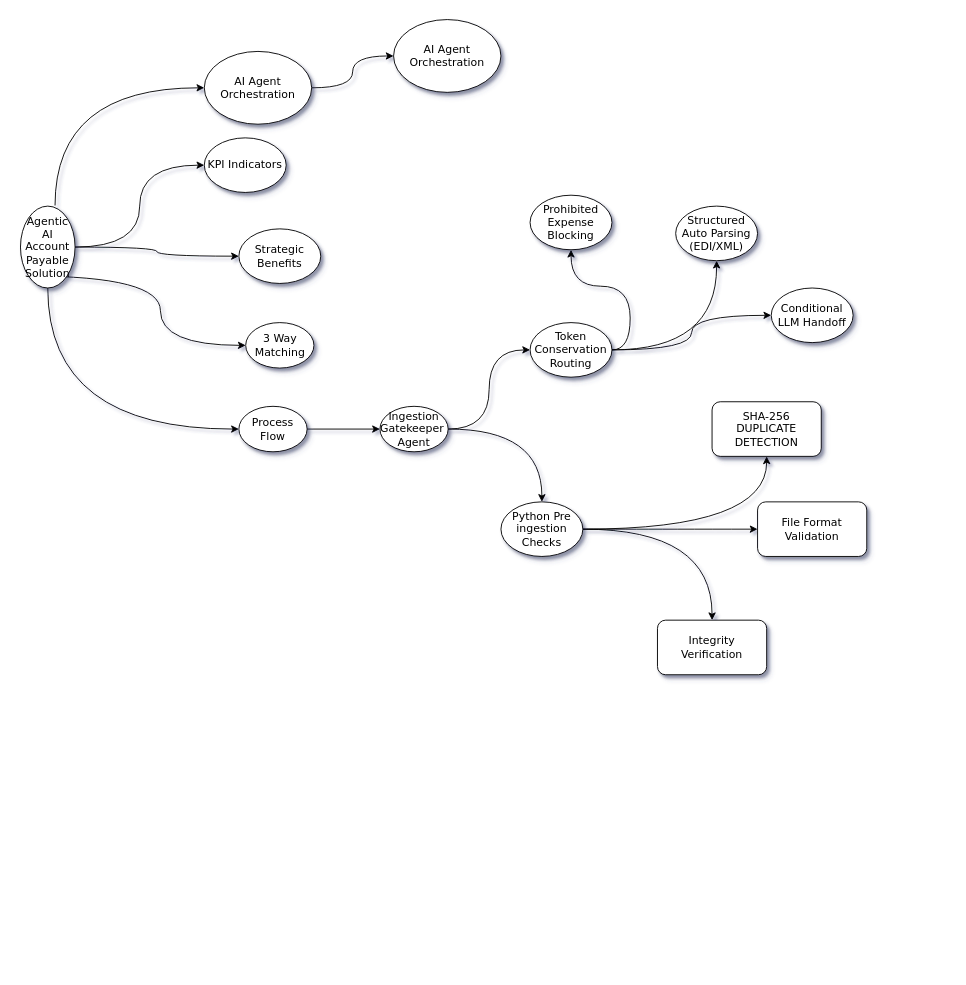
Earlier version of the draw.io diagram Untitled Diagram.drawio (dev-samar/agentic-ap-workforce). Source tidied: cells renumbered, new cells numbered last; positions are measured from the earlier drawing's top-left corner, leaving out a move shared by most shapes. Both pictures are drawn from the tidied source at 91%, with x=0, y=0 at pixel (20, 19).
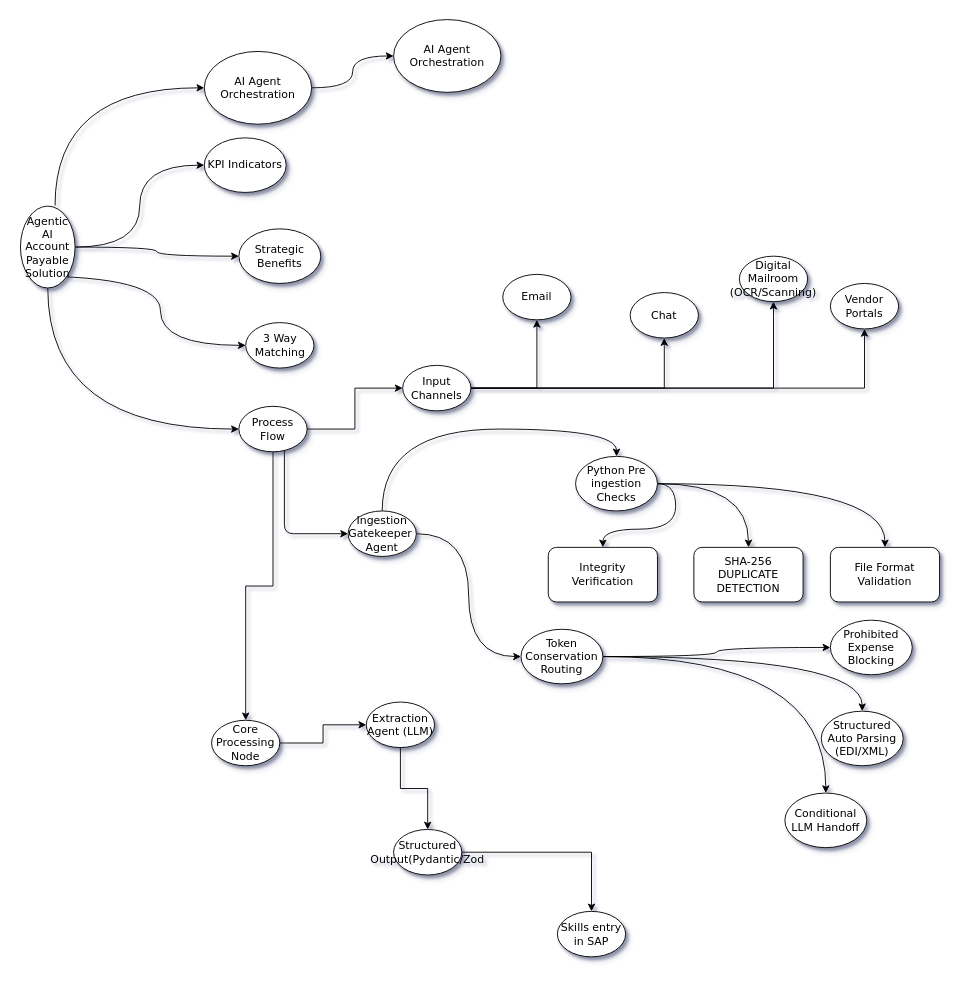
The same diagram, later.

The change refers to these unchanged cells:
```xml
<mxCell id="12" value="Process Flow" style="ellipse;whiteSpace=wrap;html=1;rounded=1;shadow=1;comic=0;labelBackgroundColor=none;strokeWidth=1;fontFamily=Verdana;fontSize=12;align=center;" parent="1" vertex="1">
  <mxGeometry x="240" y="425" width="75" height="50" as="geometry" />
</mxCell>
```

What changed in the source:
```diff
@@
     <mxCell id="11" style="edgeStyle=orthogonalEdgeStyle;rounded=1;jettySize=auto;html=1;" parent="1" edge="1" source="12" target="18">
-      <mxGeometry relative="1" as="geometry" />
+      <mxGeometry relative="1" as="geometry">
+        <Array as="points">
+          <mxPoint x="290" y="565" />
+        </Array>
+      </mxGeometry>
     </mxCell>
+    <mxCell id="33" style="edgeStyle=orthogonalEdgeStyle;rounded=0;jettySize=auto;html=1;" parent="1" edge="1" source="12" target="39">
+      <mxGeometry relative="1" as="geometry" />
+    </mxCell>
+    <mxCell id="34" style="edgeStyle=orthogonalEdgeStyle;rounded=0;jettySize=auto;html=1;" parent="1" edge="1" source="12" target="45">
+      <mxGeometry relative="1" as="geometry" />
+    </mxCell>
@@
     <mxCell id="16" style="edgeStyle=orthogonalEdgeStyle;rounded=1;jettySize=auto;html=1;curved=1;" parent="1" edge="1" source="18" target="22">
-      <mxGeometry relative="1" as="geometry" />
+      <mxGeometry relative="1" as="geometry">
+        <Array as="points">
+          <mxPoint x="397.5" y="450" />
+        </Array>
+      </mxGeometry>
     </mxCell>
@@
     <mxCell id="18" value="Ingestion Gatekeeper&amp;nbsp; Agent" style="ellipse;whiteSpace=wrap;html=1;rounded=1;shadow=1;comic=0;labelBackgroundColor=none;strokeWidth=1;fontFamily=Verdana;fontSize=12;align=center;" parent="1" vertex="1">
-      <mxGeometry x="395" y="425" width="75" height="50" as="geometry" />
+      <mxGeometry x="360" y="540" width="75" height="50" as="geometry" />
     </mxCell>
@@
     <mxCell id="22" value="Python Pre ingestion Checks" style="ellipse;whiteSpace=wrap;html=1;rounded=1;shadow=1;comic=0;labelBackgroundColor=none;strokeWidth=1;fontFamily=Verdana;fontSize=12;align=center;" parent="1" vertex="1">
-      <mxGeometry x="528" y="530" width="90" height="60" as="geometry" />
+      <mxGeometry x="610" y="480" width="90" height="60" as="geometry" />
     </mxCell>
     <mxCell id="23" value="File Format Validation" style="whiteSpace=wrap;html=1;fontFamily=Verdana;rounded=1;shadow=1;comic=0;labelBackgroundColor=none;strokeWidth=1;" parent="1" vertex="1">
-      <mxGeometry x="810" y="530" width="120" height="60" as="geometry" />
+      <mxGeometry x="890" y="580" width="120" height="60" as="geometry" />
     </mxCell>
     <mxCell id="24" value="Integrity Verification" style="whiteSpace=wrap;html=1;fontFamily=Verdana;rounded=1;shadow=1;comic=0;labelBackgroundColor=none;strokeWidth=1;" parent="1" vertex="1">
-      <mxGeometry x="700" y="660" width="120" height="60" as="geometry" />
+      <mxGeometry x="580" y="580" width="120" height="60" as="geometry" />
     </mxCell>
     <mxCell id="25" value="SHA-256 DUPLICATE DETECTION" style="whiteSpace=wrap;html=1;fontFamily=Verdana;rounded=1;shadow=1;comic=0;labelBackgroundColor=none;strokeWidth=1;" parent="1" vertex="1">
-      <mxGeometry x="760" y="420" width="120" height="60" as="geometry" />
+      <mxGeometry x="740" y="580" width="120" height="60" as="geometry" />
     </mxCell>
@@
     <mxCell id="29" value="Token Conservation Routing" style="ellipse;whiteSpace=wrap;html=1;rounded=1;shadow=1;comic=0;labelBackgroundColor=none;strokeWidth=1;fontFamily=Verdana;fontSize=12;align=center;" parent="1" vertex="1">
-      <mxGeometry x="560" y="333" width="90" height="60" as="geometry" />
+      <mxGeometry x="550" y="670" width="90" height="60" as="geometry" />
     </mxCell>
     <mxCell id="30" value="Structured Auto Parsing (EDI/XML)" style="ellipse;whiteSpace=wrap;html=1;rounded=1;shadow=1;comic=0;labelBackgroundColor=none;strokeWidth=1;fontFamily=Verdana;fontSize=12;align=center;" parent="1" vertex="1">
-      <mxGeometry x="720" y="205" width="90" height="60" as="geometry" />
+      <mxGeometry x="880" y="760" width="90" height="60" as="geometry" />
     </mxCell>
     <mxCell id="31" value="Prohibited Expense Blocking" style="ellipse;whiteSpace=wrap;html=1;rounded=1;shadow=1;comic=0;labelBackgroundColor=none;strokeWidth=1;fontFamily=Verdana;fontSize=12;align=center;" parent="1" vertex="1">
-      <mxGeometry x="560" y="193" width="90" height="60" as="geometry" />
+      <mxGeometry x="890" y="660" width="90" height="60" as="geometry" />
     </mxCell>
     <mxCell id="32" value="Conditional LLM Handoff" style="ellipse;whiteSpace=wrap;html=1;rounded=1;shadow=1;comic=0;labelBackgroundColor=none;strokeWidth=1;fontFamily=Verdana;fontSize=12;align=center;" parent="1" vertex="1">
-      <mxGeometry x="825" y="295" width="90" height="60" as="geometry" />
+      <mxGeometry x="840" y="850" width="90" height="60" as="geometry" />
     </mxCell>
+    <mxCell id="35" style="edgeStyle=orthogonalEdgeStyle;rounded=0;jettySize=auto;html=1;" parent="1" edge="1" source="39" target="40">
+      <mxGeometry relative="1" as="geometry" />
+    </mxCell>
+    <mxCell id="36" style="edgeStyle=orthogonalEdgeStyle;rounded=0;jettySize=auto;html=1;" parent="1" edge="1" source="39" target="41">
+      <mxGeometry relative="1" as="geometry" />
+    </mxCell>
+    <mxCell id="37" style="edgeStyle=orthogonalEdgeStyle;rounded=0;jettySize=auto;html=1;" parent="1" edge="1" source="39" target="42">
+      <mxGeometry relative="1" as="geometry" />
+    </mxCell>
+    <mxCell id="38" style="edgeStyle=orthogonalEdgeStyle;rounded=0;jettySize=auto;html=1;" parent="1" edge="1" source="39" target="43">
+      <mxGeometry relative="1" as="geometry" />
+    </mxCell>
+    <mxCell id="39" value="Input Channels" style="ellipse;whiteSpace=wrap;html=1;rounded=1;shadow=1;comic=0;labelBackgroundColor=none;strokeWidth=1;fontFamily=Verdana;fontSize=12;align=center;" parent="1" vertex="1">
+      <mxGeometry x="420" y="380" width="75" height="50" as="geometry" />
+    </mxCell>
+    <mxCell id="40" value="Email" style="ellipse;whiteSpace=wrap;html=1;rounded=1;shadow=1;comic=0;labelBackgroundColor=none;strokeWidth=1;fontFamily=Verdana;fontSize=12;align=center;" parent="1" vertex="1">
+      <mxGeometry x="530" y="280" width="75" height="50" as="geometry" />
+    </mxCell>
+    <mxCell id="41" value="Chat" style="ellipse;whiteSpace=wrap;html=1;rounded=1;shadow=1;comic=0;labelBackgroundColor=none;strokeWidth=1;fontFamily=Verdana;fontSize=12;align=center;" parent="1" vertex="1">
+      <mxGeometry x="670" y="300" width="75" height="50" as="geometry" />
+    </mxCell>
+    <mxCell id="42" value="Vendor Portals" style="ellipse;whiteSpace=wrap;html=1;rounded=1;shadow=1;comic=0;labelBackgroundColor=none;strokeWidth=1;fontFamily=Verdana;fontSize=12;align=center;" parent="1" vertex="1">
+      <mxGeometry x="890" y="290" width="75" height="50" as="geometry" />
+    </mxCell>
+    <mxCell id="43" value="Digital Mailroom (OCR/Scanning)" style="ellipse;whiteSpace=wrap;html=1;rounded=1;shadow=1;comic=0;labelBackgroundColor=none;strokeWidth=1;fontFamily=Verdana;fontSize=12;align=center;" parent="1" vertex="1">
+      <mxGeometry x="790" y="260" width="75" height="50" as="geometry" />
+    </mxCell>
+    <mxCell id="44" style="edgeStyle=orthogonalEdgeStyle;rounded=0;jettySize=auto;html=1;" parent="1" edge="1" source="45" target="47">
+      <mxGeometry relative="1" as="geometry" />
+    </mxCell>
+    <mxCell id="45" value="Core Processing Node" style="ellipse;whiteSpace=wrap;html=1;rounded=1;shadow=1;comic=0;labelBackgroundColor=none;strokeWidth=1;fontFamily=Verdana;fontSize=12;align=center;" parent="1" vertex="1">
+      <mxGeometry x="210" y="770" width="75" height="50" as="geometry" />
+    </mxCell>
+    <mxCell id="46" style="edgeStyle=orthogonalEdgeStyle;rounded=0;jettySize=auto;html=1;" parent="1" edge="1" source="47" target="49">
+      <mxGeometry relative="1" as="geometry" />
+    </mxCell>
+    <mxCell id="47" value="Extraction Agent (LLM)" style="ellipse;whiteSpace=wrap;html=1;rounded=1;shadow=1;comic=0;labelBackgroundColor=none;strokeWidth=1;fontFamily=Verdana;fontSize=12;align=center;" parent="1" vertex="1">
+      <mxGeometry x="380" y="750" width="75" height="50" as="geometry" />
+    </mxCell>
+    <mxCell id="48" style="edgeStyle=orthogonalEdgeStyle;rounded=0;jettySize=auto;html=1;" parent="1" edge="1" source="49" target="50">
+      <mxGeometry relative="1" as="geometry" />
+    </mxCell>
+    <mxCell id="49" value="Structured Output(Pydantic/Zod" style="ellipse;whiteSpace=wrap;html=1;rounded=1;shadow=1;comic=0;labelBackgroundColor=none;strokeWidth=1;fontFamily=Verdana;fontSize=12;align=center;" parent="1" vertex="1">
+      <mxGeometry x="410" y="890" width="75" height="50" as="geometry" />
+    </mxCell>
+    <mxCell id="50" value="Skills entry in SAP" style="ellipse;whiteSpace=wrap;html=1;rounded=1;shadow=1;comic=0;labelBackgroundColor=none;strokeWidth=1;fontFamily=Verdana;fontSize=12;align=center;" parent="1" vertex="1">
+      <mxGeometry x="590" y="980" width="75" height="50" as="geometry" />
+    </mxCell>
```
